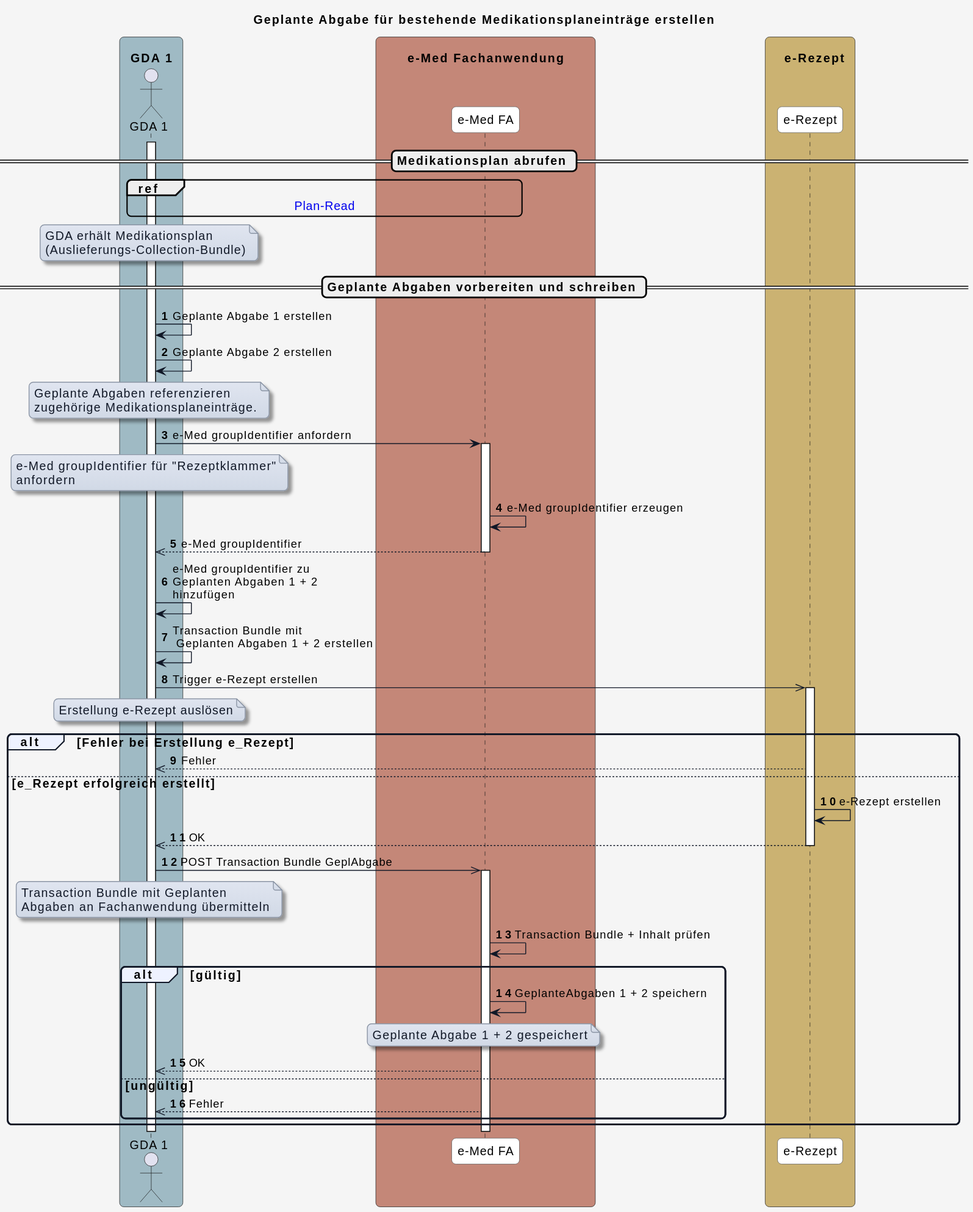
Earlier version of the PlantUML export input/images/plantuml/UC_eMed_08_01.svg (HL7Austria/ELGA-e-Medikation-R4).
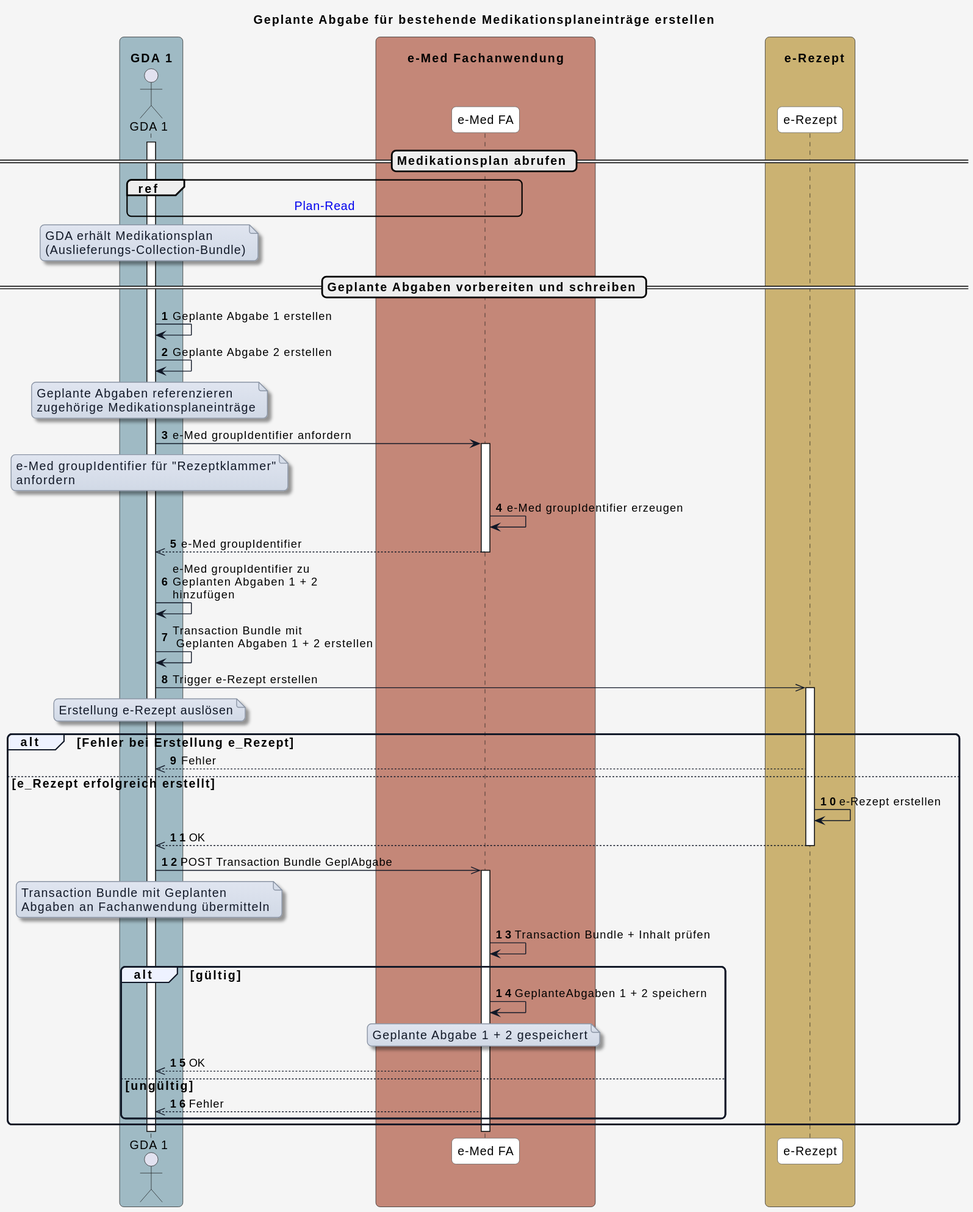
Later version of the same file.

The edit, as a diff of the source:
```diff
@@ -71,7 +71,7 @@
 GDA_1 -> GDA_1: Geplante Abgabe 2 erstellen
 note over GDA_1
 Geplante Abgaben referenzieren
-zugehörige Medikationsplaneinträge.
+zugehörige Medikationsplaneinträge
 end note
 
 GDA_1 -> eMed_FA: e-Med groupIdentifier anfordern
```
